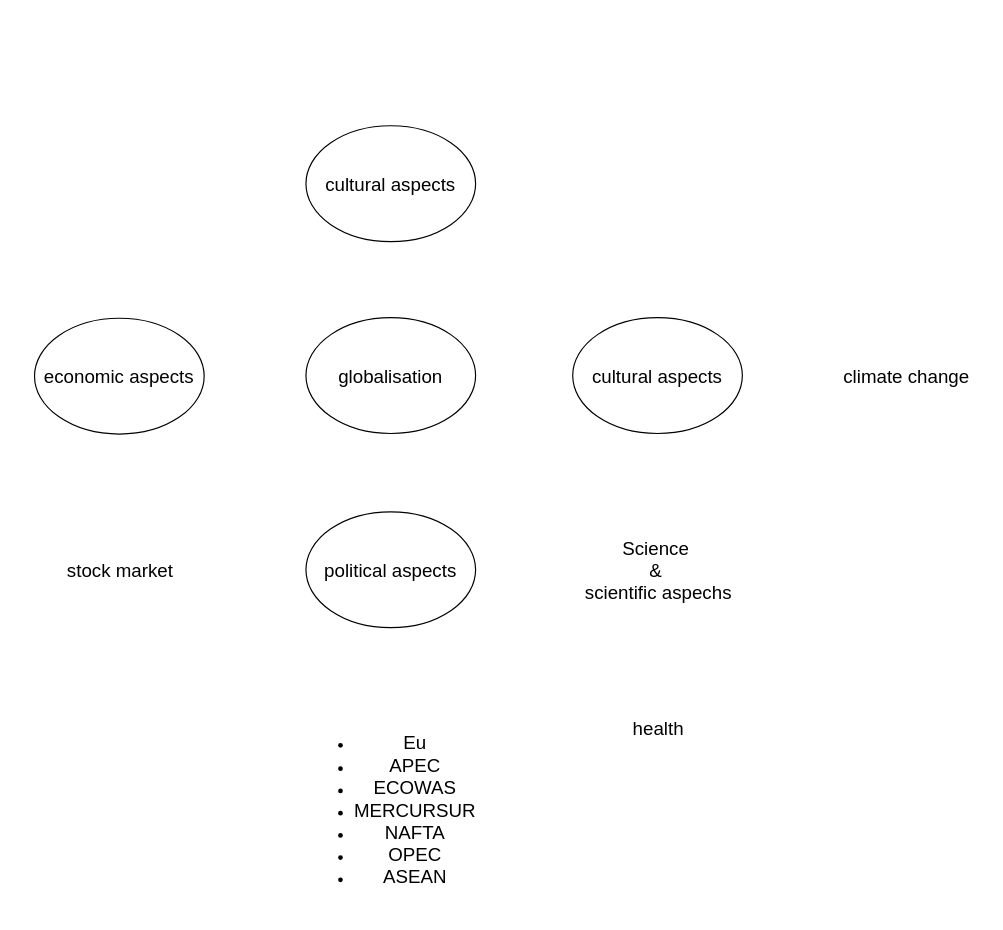
This is _Sonstige_/Diagramme/XML/Mind map Globalisation.drawio from Maxbleibtgeheim/WBS-Norderstedt, a draw.io file, before an edit. Source tidied: cells renumbered, new cells numbered last; positions are measured from the earlier drawing's top-left corner, leaving out a move shared by most shapes. Both pictures are drawn from the tidied source at 117%, with x=0, y=0 at pixel (34, 125).
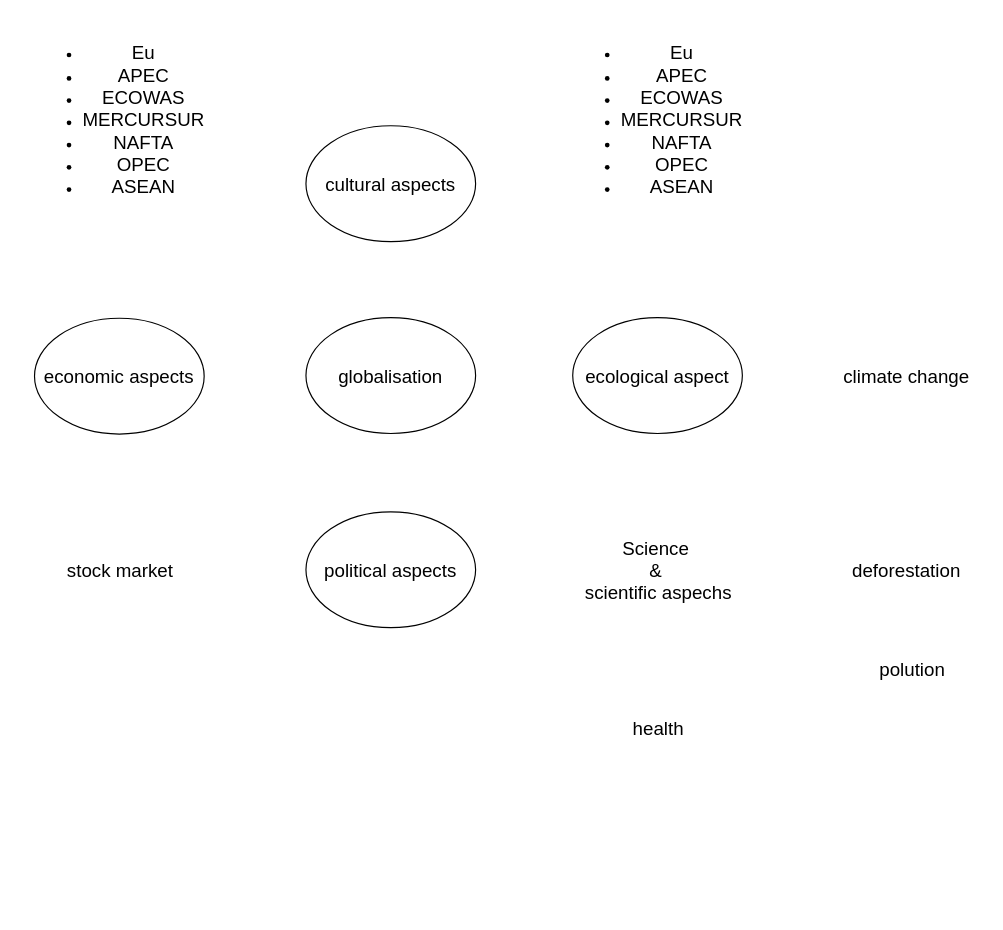
The same page after the edit.

The edit, as a diff of the source:
```diff
@@
 <mxGraphModel>
   <root>
     <mxCell id="0" />
     <mxCell id="1" parent="0" />
     <mxCell id="2" value="&lt;font style=&quot;font-size: 16px;&quot;&gt;cultural aspects&lt;/font&gt;" style="ellipse;whiteSpace=wrap;html=1;" parent="1" vertex="1">
       <mxGeometry x="232" width="145" height="99" as="geometry" />
     </mxCell>
     <mxCell id="3" value="&lt;font style=&quot;font-size: 16px;&quot;&gt;climate change&lt;/font&gt;" style="text;html=1;align=center;verticalAlign=middle;strokeColor=none;fillColor=none;" parent="1" vertex="1">
       <mxGeometry x="680" y="199" width="130" height="30" as="geometry" />
     </mxCell>
     <mxCell id="4" value="&lt;div&gt;&lt;span style=&quot;font-size: 16px;&quot;&gt;Science&amp;nbsp;&lt;/span&gt;&lt;/div&gt;&lt;div&gt;&lt;span style=&quot;font-size: 16px;&quot;&gt;&amp;amp;&amp;nbsp;&lt;/span&gt;&lt;/div&gt;&lt;div&gt;&lt;span style=&quot;font-size: 16px;&quot;&gt;scientific aspechs&lt;/span&gt;&lt;/div&gt;" style="text;html=1;align=center;verticalAlign=middle;strokeColor=none;fillColor=none;" parent="1" vertex="1">
       <mxGeometry x="457.5" y="344.5" width="150" height="70" as="geometry" />
     </mxCell>
     <mxCell id="5" value="&lt;span style=&quot;font-size: 16px;&quot;&gt;health&lt;/span&gt;" style="text;html=1;align=center;verticalAlign=middle;strokeColor=none;fillColor=none;" parent="1" vertex="1">
       <mxGeometry x="497.5" y="500" width="70" height="30" as="geometry" />
     </mxCell>
     <mxCell id="6" value="&lt;span style=&quot;font-size: 16px;&quot;&gt;globalisation&lt;/span&gt;" style="ellipse;whiteSpace=wrap;html=1;" parent="1" vertex="1">
       <mxGeometry x="232" y="164" width="145" height="99" as="geometry" />
     </mxCell>
     <mxCell id="7" value="&lt;span style=&quot;font-size: 16px;&quot;&gt;political aspects&lt;/span&gt;" style="ellipse;whiteSpace=wrap;html=1;" parent="1" vertex="1">
       <mxGeometry x="232" y="330" width="145" height="99" as="geometry" />
     </mxCell>
-    <mxCell id="8" value="&lt;font style=&quot;font-size: 16px;&quot;&gt;cultural aspects&lt;/font&gt;" style="ellipse;whiteSpace=wrap;html=1;" parent="1" vertex="1">
+    <mxCell id="8" value="&lt;font style=&quot;font-size: 16px;&quot;&gt;ecological aspect&lt;/font&gt;" style="ellipse;whiteSpace=wrap;html=1;" parent="1" vertex="1">
       <mxGeometry x="460" y="164" width="145" height="99" as="geometry" />
     </mxCell>
     <mxCell id="9" value="&lt;span style=&quot;font-size: 16px;&quot;&gt;economic aspects&lt;/span&gt;" style="ellipse;whiteSpace=wrap;html=1;" parent="1" vertex="1">
       <mxGeometry y="164.5" width="145" height="99" as="geometry" />
     </mxCell>
     <mxCell id="10" value="&lt;div&gt;&lt;span style=&quot;font-size: 16px;&quot;&gt;stock market&lt;/span&gt;&lt;/div&gt;" style="text;html=1;align=center;verticalAlign=middle;strokeColor=none;fillColor=none;" parent="1" vertex="1">
       <mxGeometry x="17.5" y="364.5" width="110" height="30" as="geometry" />
     </mxCell>
     <mxCell id="11" value="&lt;ul&gt;&lt;li&gt;&lt;span style=&quot;font-size: 16px;&quot;&gt;Eu&lt;/span&gt;&lt;/li&gt;&lt;li&gt;&lt;span style=&quot;font-size: 16px;&quot;&gt;APEC&lt;/span&gt;&lt;br&gt;&lt;/li&gt;&lt;li&gt;&lt;span style=&quot;font-size: 16px;&quot;&gt;ECOWAS&lt;/span&gt;&lt;br&gt;&lt;/li&gt;&lt;li&gt;&lt;span style=&quot;font-size: 16px;&quot;&gt;MERCURSUR&lt;/span&gt;&lt;br&gt;&lt;/li&gt;&lt;li&gt;&lt;span style=&quot;font-size: 16px;&quot;&gt;NAFTA&lt;/span&gt;&lt;br&gt;&lt;/li&gt;&lt;li&gt;&lt;span style=&quot;font-size: 16px;&quot;&gt;OPEC&lt;/span&gt;&lt;br&gt;&lt;/li&gt;&lt;li&gt;&lt;span style=&quot;font-size: 16px;&quot;&gt;ASEAN&lt;/span&gt;&lt;br&gt;&lt;/li&gt;&lt;/ul&gt;" style="text;html=1;align=center;verticalAlign=middle;strokeColor=none;fillColor=none;" parent="1" vertex="1">
-      <mxGeometry x="220" y="500" width="170" height="170" as="geometry" />
+      <mxGeometry x="447.5" y="-90" width="170" height="170" as="geometry" />
     </mxCell>
+    <mxCell id="12" value="&lt;font style=&quot;font-size: 16px;&quot;&gt;deforestation&lt;/font&gt;" style="text;html=1;align=center;verticalAlign=middle;strokeColor=none;fillColor=none;" parent="1" vertex="1">
+      <mxGeometry x="685" y="364.5" width="120" height="30" as="geometry" />
+    </mxCell>
+    <mxCell id="13" value="&lt;ul&gt;&lt;li&gt;&lt;span style=&quot;font-size: 16px;&quot;&gt;Eu&lt;/span&gt;&lt;/li&gt;&lt;li&gt;&lt;span style=&quot;font-size: 16px;&quot;&gt;APEC&lt;/span&gt;&lt;br&gt;&lt;/li&gt;&lt;li&gt;&lt;span style=&quot;font-size: 16px;&quot;&gt;ECOWAS&lt;/span&gt;&lt;br&gt;&lt;/li&gt;&lt;li&gt;&lt;span style=&quot;font-size: 16px;&quot;&gt;MERCURSUR&lt;/span&gt;&lt;br&gt;&lt;/li&gt;&lt;li&gt;&lt;span style=&quot;font-size: 16px;&quot;&gt;NAFTA&lt;/span&gt;&lt;br&gt;&lt;/li&gt;&lt;li&gt;&lt;span style=&quot;font-size: 16px;&quot;&gt;OPEC&lt;/span&gt;&lt;br&gt;&lt;/li&gt;&lt;li&gt;&lt;span style=&quot;font-size: 16px;&quot;&gt;ASEAN&lt;/span&gt;&lt;br&gt;&lt;/li&gt;&lt;/ul&gt;" style="text;html=1;align=center;verticalAlign=middle;strokeColor=none;fillColor=none;" parent="1" vertex="1">
+      <mxGeometry x="-12.5" y="-90" width="170" height="170" as="geometry" />
+    </mxCell>
+    <mxCell id="14" value="&lt;font style=&quot;font-size: 16px;&quot;&gt;polution&lt;/font&gt;" style="text;html=1;align=center;verticalAlign=middle;strokeColor=none;fillColor=none;" parent="1" vertex="1">
+      <mxGeometry x="710" y="450" width="80" height="30" as="geometry" />
+    </mxCell>
   </root>
 </mxGraphModel>
```
